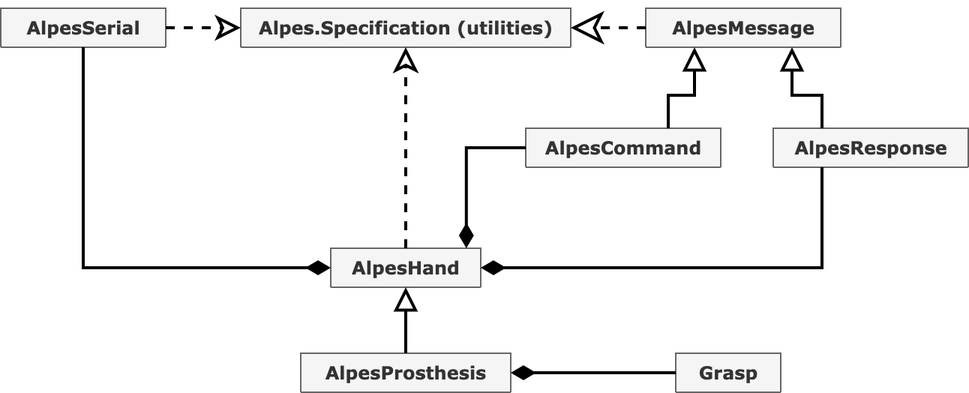
The draw.io diagram docs/Alpes_ClassDiagramSmall.png in smetanadvorak/alpes_hand_interface, before a commit. Source tidied: cells renumbered, new cells last; positions are measured from the earlier drawing's top-left corner, leaving out a move shared by most shapes. The source it was exported from:
```xml
<mxGraphModel background="#ffffff">
  <root>
    <mxCell id="0" />
    <mxCell id="1" parent="0" />
    <mxCell id="2" value="AlpesSerial" style="swimlane;html=1;fontStyle=1;align=center;verticalAlign=top;horizontal=1;startSize=26;swimlaneFillColor=#ffffff;rounded=0;shadow=0;comic=0;labelBackgroundColor=none;strokeWidth=1;fillColor=#f5f5f5;fontFamily=Verdana;fontSize=12;strokeColor=#666666;fontColor=#333333;" parent="1" vertex="1" collapsed="1">
      <mxGeometry width="110" height="26" as="geometry" />
    </mxCell>
    <mxCell id="3" value="Alpes.Specification (utilities)" style="swimlane;html=1;fontStyle=1;align=center;verticalAlign=top;horizontal=1;startSize=26;swimlaneFillColor=#ffffff;rounded=0;shadow=0;comic=0;labelBackgroundColor=none;strokeWidth=1;fillColor=#f5f5f5;fontFamily=Verdana;fontSize=12;strokeColor=#666666;fontColor=#333333;" parent="1" vertex="1" collapsed="1">
      <mxGeometry x="160" width="220" height="26" as="geometry" />
    </mxCell>
    <mxCell id="4" value="AlpesHand" style="swimlane;html=1;fontStyle=1;align=center;verticalAlign=top;horizontal=1;startSize=26;swimlaneFillColor=#ffffff;rounded=0;shadow=0;comic=0;labelBackgroundColor=none;strokeWidth=1;fillColor=#f5f5f5;fontFamily=Verdana;fontSize=12;strokeColor=#666666;fontColor=#333333;" parent="1" vertex="1" collapsed="1">
      <mxGeometry x="220" y="160" width="100" height="26" as="geometry" />
    </mxCell>
    <mxCell id="5" value="AlpesMessage" style="swimlane;html=1;fontStyle=1;align=center;verticalAlign=top;horizontal=1;startSize=26;swimlaneFillColor=#ffffff;rounded=0;shadow=0;comic=0;labelBackgroundColor=none;strokeWidth=1;fillColor=#f5f5f5;fontFamily=Verdana;fontSize=12;strokeColor=#666666;fontColor=#333333;" parent="1" vertex="1" collapsed="1">
      <mxGeometry x="430" width="130" height="26" as="geometry" />
    </mxCell>
    <mxCell id="6" value="AlpesResponse" style="swimlane;html=1;fontStyle=1;align=center;verticalAlign=top;horizontal=1;startSize=26;swimlaneFillColor=#ffffff;rounded=0;shadow=0;comic=0;labelBackgroundColor=none;strokeWidth=1;fillColor=#f5f5f5;fontFamily=Verdana;fontSize=12;strokeColor=#666666;fontColor=#333333;" parent="1" vertex="1" collapsed="1">
      <mxGeometry x="515" y="80" width="130" height="26" as="geometry" />
    </mxCell>
    <mxCell id="7" value="AlpesProsthesis" style="swimlane;html=1;fontStyle=1;align=center;verticalAlign=top;horizontal=1;startSize=26;swimlaneFillColor=#ffffff;rounded=0;shadow=0;comic=0;labelBackgroundColor=none;strokeWidth=1;fillColor=#f5f5f5;fontFamily=Verdana;fontSize=12;strokeColor=#666666;fontColor=#333333;" parent="1" vertex="1" collapsed="1">
      <mxGeometry x="200" y="230" width="140" height="26" as="geometry" />
    </mxCell>
    <mxCell id="8" value="Grasp" style="swimlane;html=1;fontStyle=1;align=center;verticalAlign=top;horizontal=1;startSize=26;swimlaneFillColor=#ffffff;rounded=0;shadow=0;comic=0;labelBackgroundColor=none;strokeWidth=1;fillColor=#f5f5f5;fontFamily=Verdana;fontSize=12;strokeColor=#666666;fontColor=#333333;" parent="1" vertex="1" collapsed="1">
      <mxGeometry x="450" y="230" width="70" height="26" as="geometry" />
    </mxCell>
    <mxCell id="9" value="AlpesCommand" style="swimlane;html=1;fontStyle=1;align=center;verticalAlign=top;horizontal=1;startSize=26;swimlaneFillColor=#ffffff;rounded=0;shadow=0;comic=0;labelBackgroundColor=none;strokeWidth=1;fillColor=#f5f5f5;fontFamily=Verdana;fontSize=12;strokeColor=#666666;fontColor=#333333;" parent="1" vertex="1" collapsed="1">
      <mxGeometry x="350" y="80" width="130" height="26" as="geometry" />
    </mxCell>
    <mxCell id="10" style="edgeStyle=orthogonalEdgeStyle;rounded=0;jettySize=auto;html=1;exitX=0.25;exitY=0;exitDx=0;exitDy=0;endArrow=block;endFill=0;strokeWidth=2;fontSize=12;entryX=0.75;entryY=1;entryDx=0;entryDy=0;endSize=11;startSize=5;" parent="1" edge="1" source="6" target="5">
      <mxGeometry relative="1" as="geometry" />
    </mxCell>
    <mxCell id="11" style="edgeStyle=orthogonalEdgeStyle;rounded=0;jettySize=auto;html=1;entryX=0.25;entryY=1;entryDx=0;entryDy=0;endArrow=block;endFill=0;strokeWidth=2;fontSize=12;endSize=11;startSize=5;" parent="1" edge="1" target="5">
      <mxGeometry relative="1" as="geometry">
        <mxPoint x="445" y="80" as="sourcePoint" />
      </mxGeometry>
    </mxCell>
    <mxCell id="12" style="edgeStyle=orthogonalEdgeStyle;rounded=0;jettySize=auto;html=1;entryX=0;entryY=0.5;entryDx=0;entryDy=0;endArrow=diamondThin;endFill=1;strokeWidth=2;fontSize=14;endSize=11;exitX=0.5;exitY=1;exitDx=0;exitDy=0;startSize=5;" parent="1" edge="1" source="2" target="4">
      <mxGeometry relative="1" as="geometry" />
    </mxCell>
    <mxCell id="13" style="edgeStyle=none;rounded=0;jettySize=auto;html=1;exitX=0;exitY=0.5;exitDx=0;exitDy=0;endArrow=diamondThin;endFill=1;strokeWidth=2;fontSize=14;endSize=11;startSize=5;" parent="1" edge="1" source="8">
      <mxGeometry relative="1" as="geometry">
        <mxPoint x="340" y="243" as="targetPoint" />
      </mxGeometry>
    </mxCell>
    <mxCell id="14" style="edgeStyle=none;rounded=0;jettySize=auto;html=1;exitX=0.5;exitY=0;exitDx=0;exitDy=0;entryX=0.5;entryY=1;entryDx=0;entryDy=0;endArrow=block;endFill=0;strokeWidth=2;fontSize=12;endSize=11;startSize=5;" parent="1" edge="1" source="7" target="4">
      <mxGeometry relative="1" as="geometry" />
    </mxCell>
    <mxCell id="15" style="edgeStyle=none;rounded=0;jettySize=auto;html=1;entryX=0.5;entryY=1;entryDx=0;entryDy=0;dashed=1;endArrow=classic;endFill=0;strokeWidth=2;fontSize=12;endSize=11;exitX=0.5;exitY=0;exitDx=0;exitDy=0;startSize=5;" parent="1" edge="1" source="4" target="3">
      <mxGeometry relative="1" as="geometry" />
    </mxCell>
  </root>
</mxGraphModel>
```
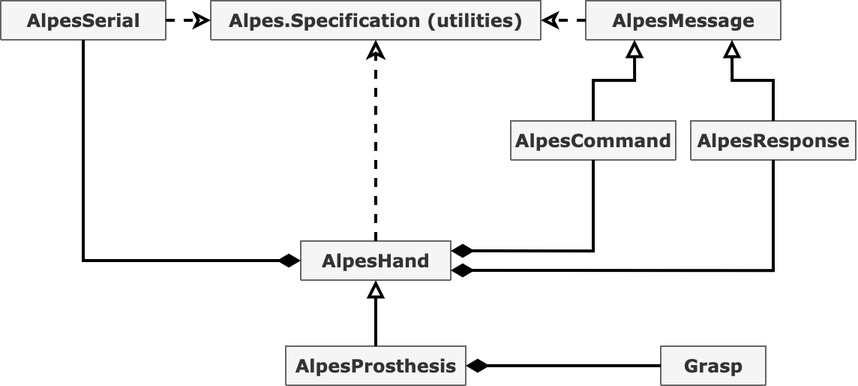
The same diagram one commit later.

What changed in the source:
```diff
@@ -2,50 +2,52 @@
   <root>
     <mxCell id="0" />
     <mxCell id="1" parent="0" />
-    <mxCell id="2" value="AlpesSerial" style="swimlane;html=1;fontStyle=1;align=center;verticalAlign=top;horizontal=1;startSize=26;swimlaneFillColor=#ffffff;rounded=0;shadow=0;comic=0;labelBackgroundColor=none;strokeWidth=1;fillColor=#f5f5f5;fontFamily=Verdana;fontSize=12;strokeColor=#666666;fontColor=#333333;" parent="1" vertex="1" collapsed="1">
-      <mxGeometry width="110" height="26" as="geometry" />
+    <mxCell id="2" value="Alpes.Specification (utilities)" style="swimlane;html=1;fontStyle=1;align=center;verticalAlign=top;horizontal=1;startSize=26;swimlaneFillColor=#ffffff;rounded=0;shadow=0;comic=0;labelBackgroundColor=none;strokeWidth=1;fillColor=#f5f5f5;fontFamily=Verdana;fontSize=12;strokeColor=#666666;fontColor=#333333;" parent="1" vertex="1" collapsed="1">
+      <mxGeometry x="160" width="220" height="26" as="geometry" />
     </mxCell>
-    <mxCell id="3" value="Alpes.Specification (utilities)" style="swimlane;html=1;fontStyle=1;align=center;verticalAlign=top;horizontal=1;startSize=26;swimlaneFillColor=#ffffff;rounded=0;shadow=0;comic=0;labelBackgroundColor=none;strokeWidth=1;fillColor=#f5f5f5;fontFamily=Verdana;fontSize=12;strokeColor=#666666;fontColor=#333333;" parent="1" vertex="1" collapsed="1">
-      <mxGeometry x="160" width="220" height="26" as="geometry" />
-    </mxCell>
     <mxCell id="4" value="AlpesHand" style="swimlane;html=1;fontStyle=1;align=center;verticalAlign=top;horizontal=1;startSize=26;swimlaneFillColor=#ffffff;rounded=0;shadow=0;comic=0;labelBackgroundColor=none;strokeWidth=1;fillColor=#f5f5f5;fontFamily=Verdana;fontSize=12;strokeColor=#666666;fontColor=#333333;" parent="1" vertex="1" collapsed="1">
       <mxGeometry x="220" y="160" width="100" height="26" as="geometry" />
     </mxCell>
+    <mxCell id="7" value="AlpesProsthesis" style="swimlane;html=1;fontStyle=1;align=center;verticalAlign=top;horizontal=1;startSize=26;swimlaneFillColor=#ffffff;rounded=0;shadow=0;comic=0;labelBackgroundColor=none;strokeWidth=1;fillColor=#f5f5f5;fontFamily=Verdana;fontSize=12;strokeColor=#666666;fontColor=#333333;" parent="1" vertex="1" collapsed="1">
+      <mxGeometry x="210" y="230" width="120" height="26" as="geometry" />
+    </mxCell>
-    <mxCell id="5" value="AlpesMessage" style="swimlane;html=1;fontStyle=1;align=center;verticalAlign=top;horizontal=1;startSize=26;swimlaneFillColor=#ffffff;rounded=0;shadow=0;comic=0;labelBackgroundColor=none;strokeWidth=1;fillColor=#f5f5f5;fontFamily=Verdana;fontSize=12;strokeColor=#666666;fontColor=#333333;" parent="1" vertex="1" collapsed="1">
-      <mxGeometry x="430" width="130" height="26" as="geometry" />
+    <mxCell id="5" value="Grasp" style="swimlane;html=1;fontStyle=1;align=center;verticalAlign=top;horizontal=1;startSize=26;swimlaneFillColor=#ffffff;rounded=0;shadow=0;comic=0;labelBackgroundColor=none;strokeWidth=1;fillColor=#f5f5f5;fontFamily=Verdana;fontSize=12;strokeColor=#666666;fontColor=#333333;" parent="1" vertex="1" collapsed="1">
+      <mxGeometry x="460" y="230" width="70" height="26" as="geometry" />
     </mxCell>
-    <mxCell id="6" value="AlpesResponse" style="swimlane;html=1;fontStyle=1;align=center;verticalAlign=top;horizontal=1;startSize=26;swimlaneFillColor=#ffffff;rounded=0;shadow=0;comic=0;labelBackgroundColor=none;strokeWidth=1;fillColor=#f5f5f5;fontFamily=Verdana;fontSize=12;strokeColor=#666666;fontColor=#333333;" parent="1" vertex="1" collapsed="1">
-      <mxGeometry x="515" y="80" width="130" height="26" as="geometry" />
+    <mxCell id="6" value="AlpesSerial" style="swimlane;html=1;fontStyle=1;align=center;verticalAlign=top;horizontal=1;startSize=26;swimlaneFillColor=#ffffff;rounded=0;shadow=0;comic=0;labelBackgroundColor=none;strokeWidth=1;fillColor=#f5f5f5;fontFamily=Verdana;fontSize=12;strokeColor=#666666;fontColor=#333333;" parent="1" vertex="1" collapsed="1">
+      <mxGeometry x="20" width="110" height="26" as="geometry" />
     </mxCell>
-    <mxCell id="7" value="AlpesProsthesis" style="swimlane;html=1;fontStyle=1;align=center;verticalAlign=top;horizontal=1;startSize=26;swimlaneFillColor=#ffffff;rounded=0;shadow=0;comic=0;labelBackgroundColor=none;strokeWidth=1;fillColor=#f5f5f5;fontFamily=Verdana;fontSize=12;strokeColor=#666666;fontColor=#333333;" parent="1" vertex="1" collapsed="1">
-      <mxGeometry x="200" y="230" width="140" height="26" as="geometry" />
-    </mxCell>
-    <mxCell id="8" value="Grasp" style="swimlane;html=1;fontStyle=1;align=center;verticalAlign=top;horizontal=1;startSize=26;swimlaneFillColor=#ffffff;rounded=0;shadow=0;comic=0;labelBackgroundColor=none;strokeWidth=1;fillColor=#f5f5f5;fontFamily=Verdana;fontSize=12;strokeColor=#666666;fontColor=#333333;" parent="1" vertex="1" collapsed="1">
-      <mxGeometry x="450" y="230" width="70" height="26" as="geometry" />
-    </mxCell>
+    <mxCell id="16" value="AlpesMessage" style="swimlane;html=1;fontStyle=1;align=center;verticalAlign=top;horizontal=1;startSize=26;swimlaneFillColor=#ffffff;rounded=0;shadow=0;comic=0;labelBackgroundColor=none;strokeWidth=1;fillColor=#f5f5f5;fontFamily=Verdana;fontSize=12;strokeColor=#666666;fontColor=#333333;" parent="1" vertex="1" collapsed="1">
+      <mxGeometry x="410" width="130" height="26" as="geometry" />
+    </mxCell>
+    <mxCell id="17" value="AlpesResponse" style="swimlane;html=1;fontStyle=1;align=center;verticalAlign=top;horizontal=1;startSize=26;swimlaneFillColor=#ffffff;rounded=0;shadow=0;comic=0;labelBackgroundColor=none;strokeWidth=1;fillColor=#f5f5f5;fontFamily=Verdana;fontSize=12;strokeColor=#666666;fontColor=#333333;" parent="1" vertex="1" collapsed="1">
+      <mxGeometry x="480" y="80" width="110" height="26" as="geometry" />
+    </mxCell>
     <mxCell id="9" value="AlpesCommand" style="swimlane;html=1;fontStyle=1;align=center;verticalAlign=top;horizontal=1;startSize=26;swimlaneFillColor=#ffffff;rounded=0;shadow=0;comic=0;labelBackgroundColor=none;strokeWidth=1;fillColor=#f5f5f5;fontFamily=Verdana;fontSize=12;strokeColor=#666666;fontColor=#333333;" parent="1" vertex="1" collapsed="1">
-      <mxGeometry x="350" y="80" width="130" height="26" as="geometry" />
+      <mxGeometry x="360" y="80" width="110" height="26" as="geometry" />
     </mxCell>
-    <mxCell id="10" style="edgeStyle=orthogonalEdgeStyle;rounded=0;jettySize=auto;html=1;exitX=0.25;exitY=0;exitDx=0;exitDy=0;endArrow=block;endFill=0;strokeWidth=2;fontSize=12;entryX=0.75;entryY=1;entryDx=0;entryDy=0;endSize=11;startSize=5;" parent="1" edge="1" source="6" target="5">
+    <mxCell id="10" style="edgeStyle=orthogonalEdgeStyle;rounded=0;jettySize=auto;html=1;exitX=0.5;exitY=0;exitDx=0;exitDy=0;endArrow=block;endFill=0;strokeWidth=2;fontSize=12;entryX=0.75;entryY=1;entryDx=0;entryDy=0;endSize=7;startSize=5;" parent="1" edge="1" source="17" target="16">
       <mxGeometry relative="1" as="geometry" />
     </mxCell>
-    <mxCell id="11" style="edgeStyle=orthogonalEdgeStyle;rounded=0;jettySize=auto;html=1;entryX=0.25;entryY=1;entryDx=0;entryDy=0;endArrow=block;endFill=0;strokeWidth=2;fontSize=12;endSize=11;startSize=5;" parent="1" edge="1" target="5">
-      <mxGeometry relative="1" as="geometry">
-        <mxPoint x="445" y="80" as="sourcePoint" />
-      </mxGeometry>
+    <mxCell id="11" style="edgeStyle=orthogonalEdgeStyle;rounded=0;jettySize=auto;html=1;exitX=0.5;exitY=1;exitDx=0;exitDy=0;entryX=1;entryY=0.75;entryDx=0;entryDy=0;endArrow=diamondThin;endFill=1;strokeWidth=2;fontSize=14;endSize=10;startSize=5;" parent="1" edge="1" source="17" target="4">
+      <mxGeometry relative="1" as="geometry" />
     </mxCell>
+    <mxCell id="18" style="edgeStyle=orthogonalEdgeStyle;rounded=0;jettySize=auto;html=1;exitX=0.5;exitY=1;exitDx=0;exitDy=0;entryX=1;entryY=0.25;entryDx=0;entryDy=0;endArrow=diamondThin;endFill=1;strokeWidth=2;fontSize=14;endSize=10;startSize=5;" parent="1" edge="1" source="9" target="4">
+      <mxGeometry relative="1" as="geometry" />
+    </mxCell>
+    <mxCell id="19" style="edgeStyle=orthogonalEdgeStyle;rounded=0;jettySize=auto;html=1;entryX=0;entryY=0.5;entryDx=0;entryDy=0;endArrow=diamondThin;endFill=1;strokeWidth=2;fontSize=14;endSize=10;exitX=0.5;exitY=1;exitDx=0;exitDy=0;startSize=5;" parent="1" edge="1" source="6" target="4">
+      <mxGeometry relative="1" as="geometry" />
+    </mxCell>
-    <mxCell id="12" style="edgeStyle=orthogonalEdgeStyle;rounded=0;jettySize=auto;html=1;entryX=0;entryY=0.5;entryDx=0;entryDy=0;endArrow=diamondThin;endFill=1;strokeWidth=2;fontSize=14;endSize=11;exitX=0.5;exitY=1;exitDx=0;exitDy=0;startSize=5;" parent="1" edge="1" source="2" target="4">
+    <mxCell id="12" style="edgeStyle=none;rounded=0;jettySize=auto;html=1;exitX=0;exitY=0.5;exitDx=0;exitDy=0;endArrow=diamondThin;endFill=1;strokeWidth=2;fontSize=14;endSize=10;startSize=5;entryX=1;entryY=0.5;entryDx=0;entryDy=0;" parent="1" edge="1" source="5" target="7">
       <mxGeometry relative="1" as="geometry" />
     </mxCell>
-    <mxCell id="13" style="edgeStyle=none;rounded=0;jettySize=auto;html=1;exitX=0;exitY=0.5;exitDx=0;exitDy=0;endArrow=diamondThin;endFill=1;strokeWidth=2;fontSize=14;endSize=11;startSize=5;" parent="1" edge="1" source="8">
-      <mxGeometry relative="1" as="geometry">
-        <mxPoint x="340" y="243" as="targetPoint" />
-      </mxGeometry>
+    <mxCell id="13" style="edgeStyle=none;rounded=0;jettySize=auto;html=1;exitX=0.5;exitY=0;exitDx=0;exitDy=0;entryX=0.5;entryY=1;entryDx=0;entryDy=0;endArrow=block;endFill=0;strokeWidth=2;fontSize=12;endSize=7;startSize=5;" parent="1" edge="1" source="7" target="4">
+      <mxGeometry relative="1" as="geometry" />
     </mxCell>
-    <mxCell id="14" style="edgeStyle=none;rounded=0;jettySize=auto;html=1;exitX=0.5;exitY=0;exitDx=0;exitDy=0;entryX=0.5;entryY=1;entryDx=0;entryDy=0;endArrow=block;endFill=0;strokeWidth=2;fontSize=12;endSize=11;startSize=5;" parent="1" edge="1" source="7" target="4">
+    <mxCell id="14" style="edgeStyle=none;rounded=0;jettySize=auto;html=1;entryX=0.5;entryY=1;entryDx=0;entryDy=0;dashed=1;endArrow=classic;endFill=0;strokeWidth=2;fontSize=12;endSize=7;exitX=0.5;exitY=0;exitDx=0;exitDy=0;startSize=5;" parent="1" edge="1" source="4" target="2">
       <mxGeometry relative="1" as="geometry" />
     </mxCell>
-    <mxCell id="15" style="edgeStyle=none;rounded=0;jettySize=auto;html=1;entryX=0.5;entryY=1;entryDx=0;entryDy=0;dashed=1;endArrow=classic;endFill=0;strokeWidth=2;fontSize=12;endSize=11;exitX=0.5;exitY=0;exitDx=0;exitDy=0;startSize=5;" parent="1" edge="1" source="4" target="3">
+    <mxCell id="15" style="edgeStyle=orthogonalEdgeStyle;rounded=0;jettySize=auto;html=1;entryX=0.25;entryY=1;entryDx=0;entryDy=0;endArrow=block;endFill=0;strokeWidth=2;fontSize=12;endSize=7;startSize=5;exitX=0.5;exitY=0;exitDx=0;exitDy=0;" parent="1" edge="1" source="9" target="16">
       <mxGeometry relative="1" as="geometry" />
     </mxCell>
   </root>
```
